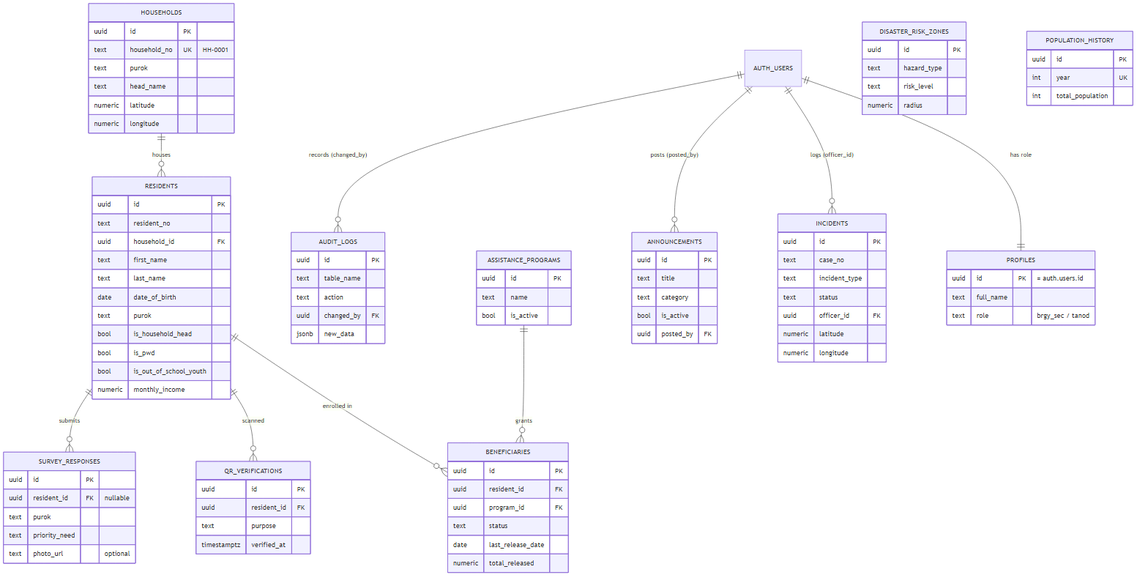
Above: diagrams/erd.png in KellyEspera/protect (Mermaid), before the change. Its source is kept beside it as diagrams/erd.mmd.
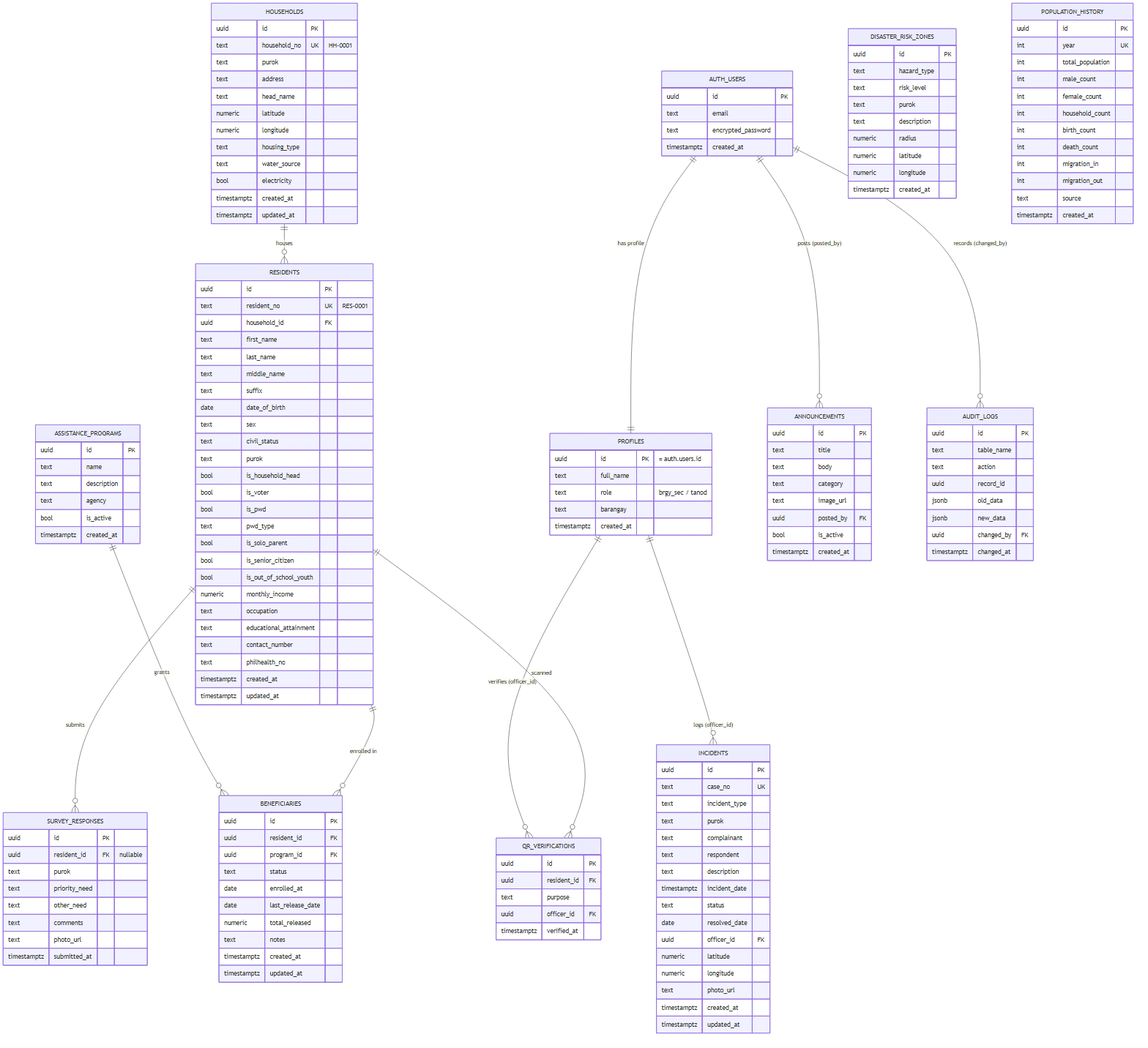
Above is the later version.

Commit message:
ERD: expand to full schema (all columns + types per table)

Replaced the simplified ERD (key fields only) with the complete schema:
every column and data type for all 13 tables, with PK/FK/UK markers.
Corrected officer_id relationships to PROFILES (not auth.users) for
incidents and qr_verifications; posted_by/changed_by to auth.users.

Diff of the diagram source:
```diff
@@ -1,57 +1,112 @@
 erDiagram
-    AUTH_USERS ||--|| PROFILES : "has role"
+    AUTH_USERS ||--|| PROFILES : "has profile"
     HOUSEHOLDS ||--o{ RESIDENTS : "houses"
     RESIDENTS ||--o{ BENEFICIARIES : "enrolled in"
     ASSISTANCE_PROGRAMS ||--o{ BENEFICIARIES : "grants"
     RESIDENTS ||--o{ QR_VERIFICATIONS : "scanned"
     RESIDENTS ||--o{ SURVEY_RESPONSES : "submits"
-    AUTH_USERS ||--o{ INCIDENTS : "logs (officer_id)"
+    PROFILES ||--o{ INCIDENTS : "logs (officer_id)"
+    PROFILES ||--o{ QR_VERIFICATIONS : "verifies (officer_id)"
     AUTH_USERS ||--o{ ANNOUNCEMENTS : "posts (posted_by)"
     AUTH_USERS ||--o{ AUDIT_LOGS : "records (changed_by)"
 
+    AUTH_USERS {
+        uuid id PK
+        text email
+        text encrypted_password
+        timestamptz created_at
+    }
     PROFILES {
         uuid id PK "= auth.users.id"
         text full_name
         text role "brgy_sec / tanod"
+        text barangay
+        timestamptz created_at
     }
     HOUSEHOLDS {
         uuid id PK
         text household_no UK "HH-0001"
         text purok
+        text address
         text head_name
         numeric latitude
         numeric longitude
+        text housing_type
+        text water_source
+        bool electricity
+        timestamptz created_at
+        timestamptz updated_at
     }
     RESIDENTS {
         uuid id PK
-        text resident_no
+        text resident_no UK "RES-0001"
         uuid household_id FK
         text first_name
         text last_name
+        text middle_name
+        text suffix
         date date_of_birth
+        text sex
+        text civil_status
         text purok
         bool is_household_head
+        bool is_voter
         bool is_pwd
+        text pwd_type
+        bool is_solo_parent
+        bool is_senior_citizen
         bool is_out_of_school_youth
         numeric monthly_income
+        text occupation
+        text educational_attainment
+        text contact_number
+        text philhealth_no
+        timestamptz created_at
+        timestamptz updated_at
     }
     ASSISTANCE_PROGRAMS {
         uuid id PK
         text name
+        text description
+        text agency
         bool is_active
+        timestamptz created_at
     }
     BENEFICIARIES {
         uuid id PK
         uuid resident_id FK
         uuid program_id FK
         text status
+        date enrolled_at
         date last_release_date
         numeric total_released
+        text notes
+        timestamptz created_at
+        timestamptz updated_at
+    }
+    INCIDENTS {
+        uuid id PK
+        text case_no UK
+        text incident_type
+        text purok
+        text complainant
+        text respondent
+        text description
+        timestamptz incident_date
+        text status
+        date resolved_date
+        uuid officer_id FK
+        numeric latitude
+        numeric longitude
+        text photo_url
+        timestamptz created_at
+        timestamptz updated_at
     }
     QR_VERIFICATIONS {
         uuid id PK
         uuid resident_id FK
         text purpose
+        uuid officer_id FK
         timestamptz verified_at
     }
     SURVEY_RESPONSES {
@@ -59,39 +114,53 @@
         uuid resident_id FK "nullable"
         text purok
         text priority_need
-        text photo_url "optional"
-    }
-    INCIDENTS {
-        uuid id PK
-        text case_no
-        text incident_type
-        text status
-        uuid officer_id FK
-        numeric latitude
-        numeric longitude
+        text other_need
+        text comments
+        text photo_url
+        timestamptz submitted_at
     }
     DISASTER_RISK_ZONES {
         uuid id PK
         text hazard_type
         text risk_level
+        text purok
+        text description
         numeric radius
+        numeric latitude
+        numeric longitude
+        timestamptz created_at
     }
     ANNOUNCEMENTS {
         uuid id PK
         text title
+        text body
         text category
+        text image_url
+        uuid posted_by FK
         bool is_active
-        uuid posted_by FK
+        timestamptz created_at
     }
     POPULATION_HISTORY {
         uuid id PK
         int year UK
         int total_population
+        int male_count
+        int female_count
+        int household_count
+        int birth_count
+        int death_count
+        int migration_in
+        int migration_out
+        text source
+        timestamptz created_at
     }
     AUDIT_LOGS {
         uuid id PK
         text table_name
         text action
+        uuid record_id
+        jsonb old_data
+        jsonb new_data
         uuid changed_by FK
-        jsonb new_data
+        timestamptz changed_at
     }
```
